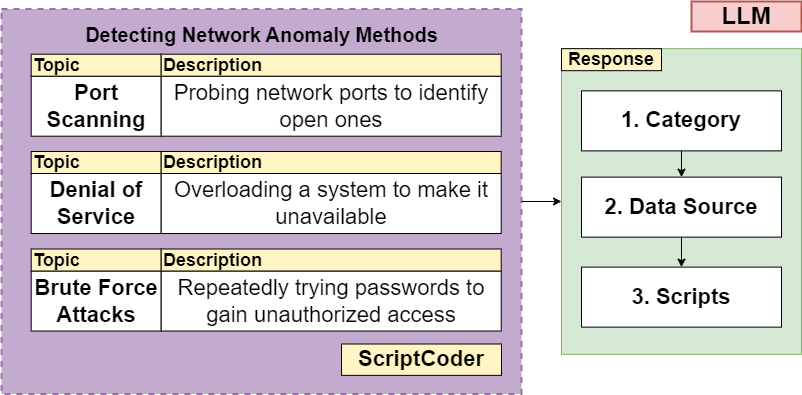
tisage/CyberMentor keeps this draw.io diagram as pic/NetworkAnomaly.png. Above is the earlier version. Source tidied: cells renumbered, new cells last; positions are measured from the earlier drawing's top-left corner, leaving out a move shared by most shapes.
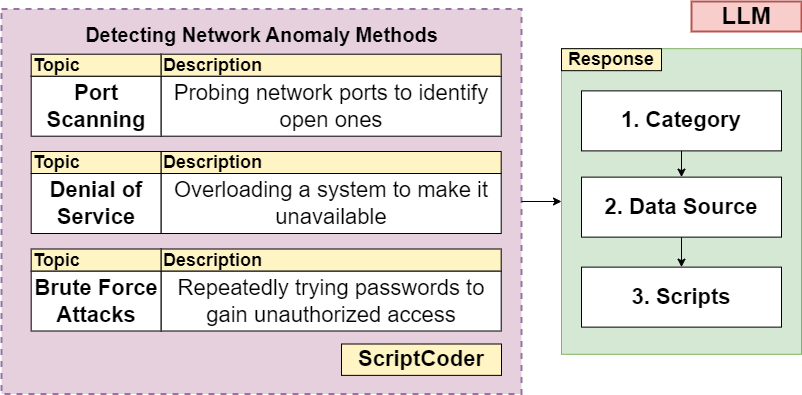
Later version of the same file.

Diff of the diagram source:
```diff
@@ -5,7 +5,7 @@
     <mxCell id="2" style="group;" parent="1" vertex="1">
       <mxGeometry y="7.5" width="520" height="385" as="geometry" />
     </mxCell>
-    <mxCell id="3" style="rounded=0;whiteSpace=wrap;html=1;fillColor=#C3ABD0;strokeColor=#9673a6;strokeWidth=2;dashed=1;arcSize=9;fontSize=16;" parent="2" vertex="1">
+    <mxCell id="3" style="rounded=0;whiteSpace=wrap;html=1;fillColor=#E6D0DE;strokeColor=#9673a6;strokeWidth=2;dashed=1;arcSize=9;fontSize=16;" parent="2" vertex="1">
       <mxGeometry width="520" height="385" as="geometry" />
     </mxCell>
     <mxCell id="4" value="Detecting Network Anomaly Methods" style="text;html=1;align=center;verticalAlign=middle;whiteSpace=wrap;rounded=0;fontStyle=1;fontSize=20;" parent="2" vertex="1">
```
